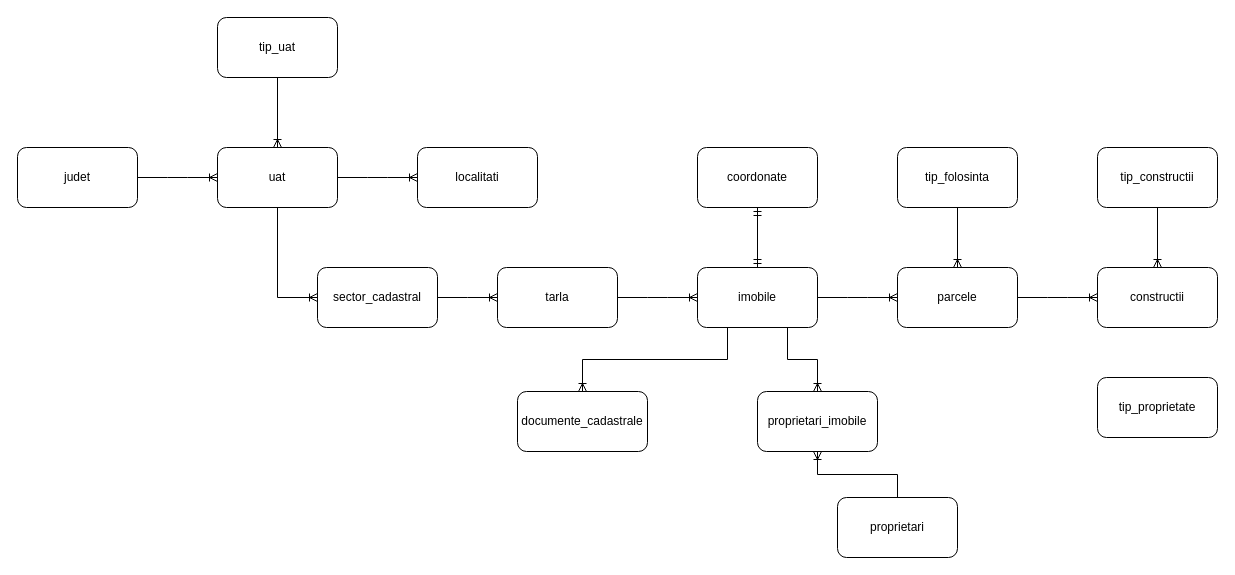
Above: Diagramă examen.drawio in AdelaLukacs/examen_sem_I_lukacs_adela (draw.io), before the change. Source tidied: cells renumbered, new cells numbered last; positions are measured from the earlier drawing's top-left corner, leaving out a move shared by most shapes. Both pictures are drawn from the tidied source at 100%, with x=0, y=0 at pixel (17, 17).
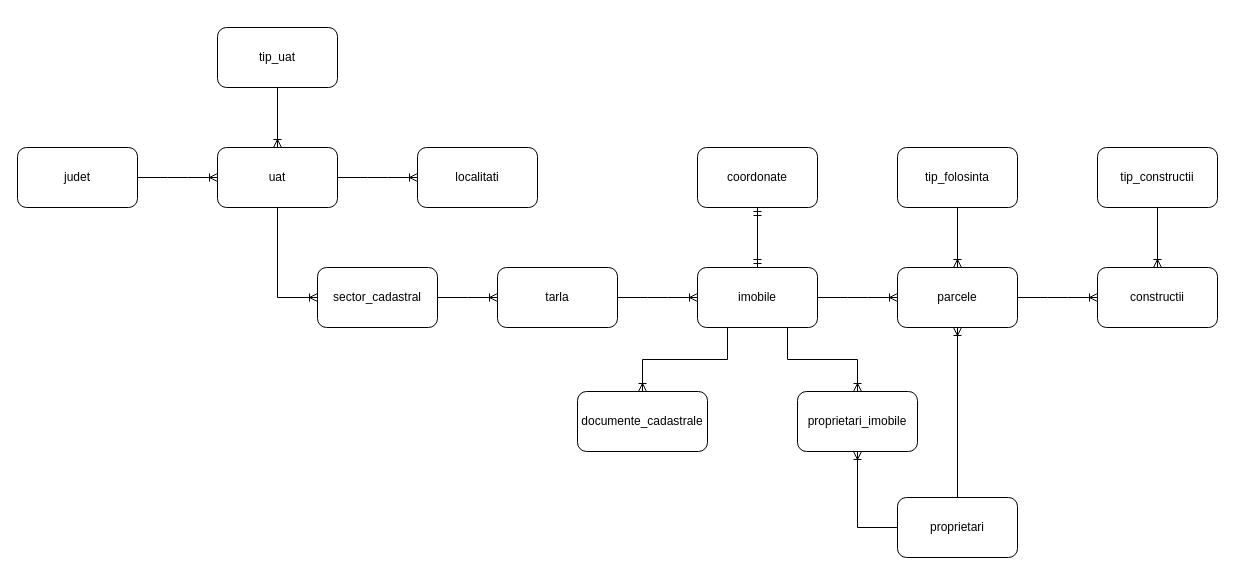
The same page after the edit.

The change refers to these unchanged cells:
```xml
<mxCell id="7" value="parcele" style="rounded=1;whiteSpace=wrap;html=1;" parent="1" vertex="1">
  <mxGeometry x="880" y="250" width="120" height="60" as="geometry" />
</mxCell>
```

Diff of the diagram source:
```diff
@@
     <mxCell id="9" value="proprietari" style="rounded=1;whiteSpace=wrap;html=1;" parent="1" vertex="1">
-      <mxGeometry x="820" y="480" width="120" height="60" as="geometry" />
+      <mxGeometry x="880" y="480" width="120" height="60" as="geometry" />
     </mxCell>
-    <mxCell id="10" value="tip_proprietate" style="rounded=1;whiteSpace=wrap;html=1;" parent="1" vertex="1">
-      <mxGeometry x="1080" y="360" width="120" height="60" as="geometry" />
-    </mxCell>
     <mxCell id="11" value="documente_cadastrale" style="rounded=1;whiteSpace=wrap;html=1;" parent="1" vertex="1">
-      <mxGeometry x="500" y="374" width="130" height="60" as="geometry" />
+      <mxGeometry x="560" y="374" width="130" height="60" as="geometry" />
     </mxCell>
     <mxCell id="12" value="tip_uat" style="rounded=1;whiteSpace=wrap;html=1;" parent="1" vertex="1">
-      <mxGeometry x="200" width="120" height="60" as="geometry" />
+      <mxGeometry x="200" y="10" width="120" height="60" as="geometry" />
     </mxCell>
@@
     <mxCell id="16" value="proprietari_imobile" style="rounded=1;whiteSpace=wrap;html=1;" parent="1" vertex="1">
-      <mxGeometry x="740" y="374" width="120" height="60" as="geometry" />
+      <mxGeometry x="780" y="374" width="120" height="60" as="geometry" />
     </mxCell>
@@
-    <mxCell id="30" style="fontSize=12;html=1;endArrow=ERoneToMany;rounded=0;exitX=0.5;exitY=0;exitDx=0;exitDy=0;entryX=0.5;entryY=1;entryDx=0;entryDy=0;edgeStyle=orthogonalEdgeStyle;" parent="1" edge="1" source="9" target="16">
+    <mxCell id="30" style="fontSize=12;html=1;endArrow=ERoneToMany;rounded=0;exitX=0;exitY=0.5;exitDx=0;exitDy=0;entryX=0.5;entryY=1;entryDx=0;entryDy=0;edgeStyle=orthogonalEdgeStyle;" parent="1" edge="1" source="9" target="16">
       <mxGeometry relative="1" as="geometry" />
     </mxCell>
@@
+    <mxCell id="32" style="fontSize=12;html=1;endArrow=ERoneToMany;rounded=0;exitX=0.5;exitY=0;exitDx=0;exitDy=0;entryX=0.5;entryY=1;entryDx=0;entryDy=0;" parent="1" edge="1" source="9" target="7">
+      <mxGeometry relative="1" as="geometry" />
+    </mxCell>
```
